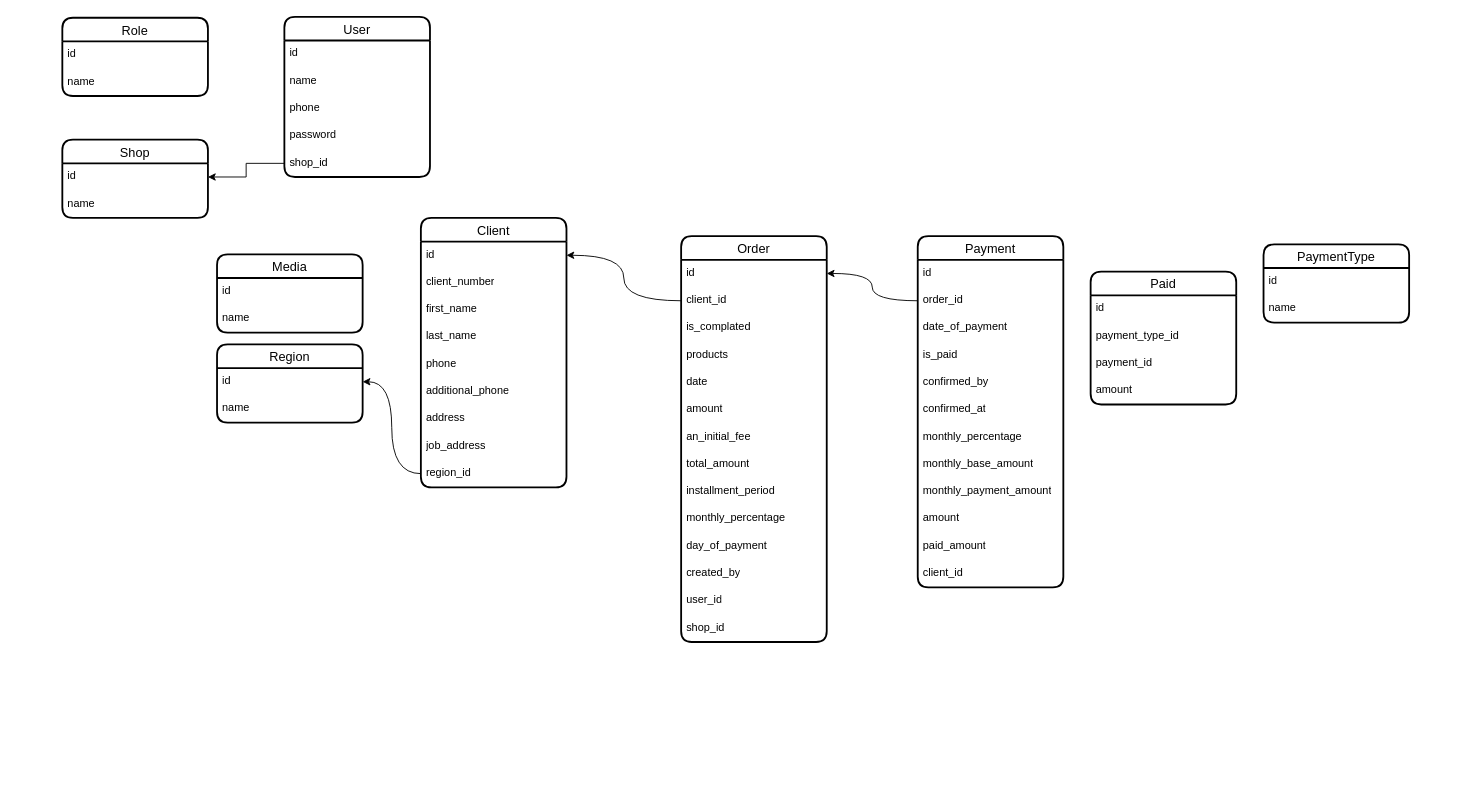
Earlier version of the draw.io diagram karsoft-payment.drawio (iztileuoff/databases). Source tidied: cells renumbered, new cells numbered last; positions are measured from the earlier drawing's top-left corner, leaving out a move shared by most shapes. Both pictures are drawn from the tidied source at 91%, with x=0, y=0 at pixel (62, 16).
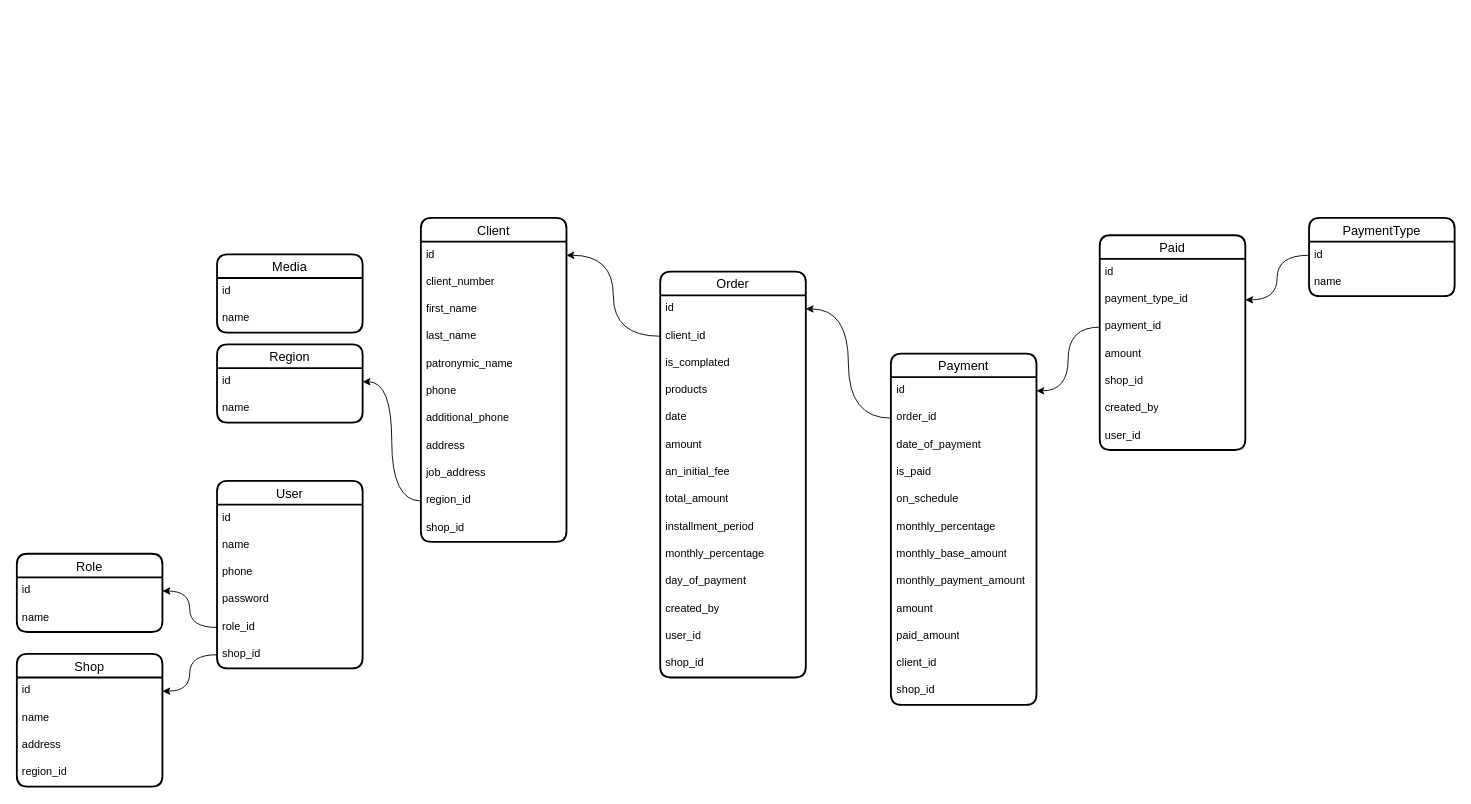
After the change.

The change refers to these unchanged cells:
```xml
<mxCell id="24" value="id" style="text;strokeColor=none;fillColor=none;spacingLeft=4;spacingRight=4;overflow=hidden;points=[[0,0.5],[1,0.5]];portConstraint=eastwest;fontSize=12;whiteSpace=wrap;html=1;" parent="23" vertex="1">
  <mxGeometry y="26" width="160" height="30" as="geometry" />
</mxCell>
<mxCell id="41" value="id" style="text;strokeColor=none;fillColor=none;spacingLeft=4;spacingRight=4;overflow=hidden;points=[[0,0.5],[1,0.5]];portConstraint=eastwest;fontSize=12;whiteSpace=wrap;html=1;" parent="40" vertex="1">
  <mxGeometry y="26" width="160" height="30" as="geometry" />
</mxCell>
<mxCell id="55" value="id" style="text;strokeColor=none;fillColor=none;spacingLeft=4;spacingRight=4;overflow=hidden;points=[[0,0.5],[1,0.5]];portConstraint=eastwest;fontSize=12;whiteSpace=wrap;html=1;" parent="54" vertex="1">
  <mxGeometry y="26" width="160" height="30" as="geometry" />
</mxCell>
<mxCell id="62" value="id" style="text;strokeColor=none;fillColor=none;spacingLeft=4;spacingRight=4;overflow=hidden;points=[[0,0.5],[1,0.5]];portConstraint=eastwest;fontSize=12;whiteSpace=wrap;html=1;" parent="61" vertex="1">
  <mxGeometry y="26" width="160" height="30" as="geometry" />
</mxCell>
<mxCell id="67" value="payment_type_id" style="text;strokeColor=none;fillColor=none;spacingLeft=4;spacingRight=4;overflow=hidden;points=[[0,0.5],[1,0.5]];portConstraint=eastwest;fontSize=12;whiteSpace=wrap;html=1;" parent="65" vertex="1">
  <mxGeometry y="56" width="160" height="30" as="geometry" />
</mxCell>
<mxCell id="68" value="payment_id" style="text;strokeColor=none;fillColor=none;spacingLeft=4;spacingRight=4;overflow=hidden;points=[[0,0.5],[1,0.5]];portConstraint=eastwest;fontSize=12;whiteSpace=wrap;html=1;" parent="65" vertex="1">
  <mxGeometry y="86" width="160" height="30" as="geometry" />
</mxCell>
```

Change to the diagram source:
```diff
@@
     <mxCell id="2" value="User" style="swimlane;fontStyle=0;horizontal=1;startSize=26;align=center;fontSize=14;strokeWidth=2;rounded=1;shadow=0;glass=0;swimlaneLine=1;" parent="1" vertex="1">
-      <mxGeometry x="244" width="160" height="176" as="geometry" />
+      <mxGeometry x="170" y="510" width="160" height="206" as="geometry" />
     </mxCell>
@@
+    <mxCell id="70" value="role_id" style="text;strokeColor=none;fillColor=none;spacingLeft=4;spacingRight=4;overflow=hidden;points=[[0,0.5],[1,0.5]];portConstraint=eastwest;fontSize=12;whiteSpace=wrap;html=1;" parent="2" vertex="1">
+      <mxGeometry y="146" width="160" height="30" as="geometry" />
+    </mxCell>
     <mxCell id="7" value="shop_id" style="text;strokeColor=none;fillColor=none;spacingLeft=4;spacingRight=4;overflow=hidden;points=[[0,0.5],[1,0.5]];portConstraint=eastwest;fontSize=12;whiteSpace=wrap;html=1;" parent="2" vertex="1">
-      <mxGeometry y="146" width="160" height="30" as="geometry" />
+      <mxGeometry y="176" width="160" height="30" as="geometry" />
     </mxCell>
     <mxCell id="8" value="Order" style="swimlane;fontStyle=0;horizontal=1;startSize=26;align=center;fontSize=14;strokeWidth=2;rounded=1;shadow=0;glass=0;swimlaneLine=1;" parent="1" vertex="1">
-      <mxGeometry x="680" y="241" width="160" height="446" as="geometry" />
+      <mxGeometry x="657" y="280" width="160" height="446" as="geometry" />
     </mxCell>
@@
     <mxCell id="23" value="Role" style="swimlane;fontStyle=0;horizontal=1;startSize=26;align=center;fontSize=14;strokeWidth=2;rounded=1;shadow=0;glass=0;swimlaneLine=1;" parent="1" vertex="1">
-      <mxGeometry y="1" width="160" height="86" as="geometry" />
+      <mxGeometry x="-50" y="590" width="160" height="86" as="geometry" />
     </mxCell>
@@
     <mxCell id="26" value="Client" style="swimlane;fontStyle=0;horizontal=1;startSize=26;align=center;fontSize=14;strokeWidth=2;rounded=1;shadow=0;glass=0;swimlaneLine=1;" parent="1" vertex="1">
-      <mxGeometry x="394" y="221" width="160" height="296" as="geometry" />
+      <mxGeometry x="394" y="221" width="160" height="356" as="geometry" />
     </mxCell>
@@
+    <mxCell id="71" value="patronymic_name" style="text;strokeColor=none;fillColor=none;spacingLeft=4;spacingRight=4;overflow=hidden;fontSize=12;whiteSpace=wrap;html=1;" parent="26" vertex="1">
+      <mxGeometry y="146" width="160" height="30" as="geometry" />
+    </mxCell>
     <mxCell id="31" value="phone" style="text;strokeColor=none;fillColor=none;spacingLeft=4;spacingRight=4;overflow=hidden;fontSize=12;whiteSpace=wrap;html=1;" parent="26" vertex="1">
-      <mxGeometry y="146" width="160" height="30" as="geometry" />
+      <mxGeometry y="176" width="160" height="30" as="geometry" />
     </mxCell>
     <mxCell id="32" value="additional_phone" style="text;strokeColor=none;fillColor=none;spacingLeft=4;spacingRight=4;overflow=hidden;fontSize=12;whiteSpace=wrap;html=1;" parent="26" vertex="1">
-      <mxGeometry y="176" width="160" height="30" as="geometry" />
+      <mxGeometry y="206" width="160" height="30" as="geometry" />
     </mxCell>
     <mxCell id="33" value="address" style="text;strokeColor=none;fillColor=none;spacingLeft=4;spacingRight=4;overflow=hidden;fontSize=12;whiteSpace=wrap;html=1;" parent="26" vertex="1">
-      <mxGeometry y="206" width="160" height="30" as="geometry" />
+      <mxGeometry y="236" width="160" height="30" as="geometry" />
     </mxCell>
     <mxCell id="34" value="job_address" style="text;strokeColor=none;fillColor=none;spacingLeft=4;spacingRight=4;overflow=hidden;fontSize=12;whiteSpace=wrap;html=1;" parent="26" vertex="1">
-      <mxGeometry y="236" width="160" height="30" as="geometry" />
+      <mxGeometry y="266" width="160" height="30" as="geometry" />
     </mxCell>
     <mxCell id="35" value="region_id" style="text;strokeColor=none;fillColor=none;spacingLeft=4;spacingRight=4;overflow=hidden;points=[[0,0.5],[1,0.5]];portConstraint=eastwest;fontSize=12;whiteSpace=wrap;html=1;" parent="26" vertex="1">
-      <mxGeometry y="266" width="160" height="30" as="geometry" />
+      <mxGeometry y="296" width="160" height="30" as="geometry" />
     </mxCell>
+    <mxCell id="72" value="shop_id" style="text;strokeColor=none;fillColor=none;spacingLeft=4;spacingRight=4;overflow=hidden;fontSize=12;whiteSpace=wrap;html=1;" parent="26" vertex="1">
+      <mxGeometry y="326" width="160" height="30" as="geometry" />
+    </mxCell>
@@
     <mxCell id="40" value="Payment" style="swimlane;fontStyle=0;horizontal=1;startSize=26;align=center;fontSize=14;strokeWidth=2;rounded=1;shadow=0;glass=0;swimlaneLine=1;" parent="1" vertex="1">
-      <mxGeometry x="940" y="241" width="160" height="386" as="geometry" />
+      <mxGeometry x="910.5" y="370" width="160" height="386" as="geometry" />
     </mxCell>
@@
-    <mxCell id="45" value="confirmed_by" style="text;strokeColor=none;fillColor=none;spacingLeft=4;spacingRight=4;overflow=hidden;fontSize=12;whiteSpace=wrap;html=1;" parent="40" vertex="1">
-      <mxGeometry y="146" width="160" height="30" as="geometry" />
-    </mxCell>
-    <mxCell id="46" value="confirmed_at" style="text;strokeColor=none;fillColor=none;spacingLeft=4;spacingRight=4;overflow=hidden;fontSize=12;whiteSpace=wrap;html=1;" parent="40" vertex="1">
-      <mxGeometry y="176" width="160" height="30" as="geometry" />
-    </mxCell>
+    <mxCell id="73" value="on_schedule" style="text;strokeColor=none;fillColor=none;spacingLeft=4;spacingRight=4;overflow=hidden;fontSize=12;whiteSpace=wrap;html=1;" parent="40" vertex="1">
+      <mxGeometry y="146" width="160" height="30" as="geometry" />
+    </mxCell>
     <mxCell id="47" value="monthly_percentage" style="text;strokeColor=none;fillColor=none;spacingLeft=4;spacingRight=4;overflow=hidden;fontSize=12;whiteSpace=wrap;html=1;" parent="40" vertex="1">
-      <mxGeometry y="206" width="160" height="30" as="geometry" />
+      <mxGeometry y="176" width="160" height="30" as="geometry" />
     </mxCell>
     <mxCell id="48" value="monthly_base_amount" style="text;strokeColor=none;fillColor=none;spacingLeft=4;spacingRight=4;overflow=hidden;fontSize=12;whiteSpace=wrap;html=1;" parent="40" vertex="1">
-      <mxGeometry y="236" width="160" height="30" as="geometry" />
+      <mxGeometry y="206" width="160" height="30" as="geometry" />
     </mxCell>
     <mxCell id="49" value="monthly_payment_amount" style="text;strokeColor=none;fillColor=none;spacingLeft=4;spacingRight=4;overflow=hidden;fontSize=12;whiteSpace=wrap;html=1;" parent="40" vertex="1">
-      <mxGeometry y="266" width="160" height="30" as="geometry" />
+      <mxGeometry y="236" width="160" height="30" as="geometry" />
     </mxCell>
     <mxCell id="50" value="amount" style="text;strokeColor=none;fillColor=none;spacingLeft=4;spacingRight=4;overflow=hidden;fontSize=12;whiteSpace=wrap;html=1;" parent="40" vertex="1">
-      <mxGeometry y="296" width="160" height="30" as="geometry" />
+      <mxGeometry y="266" width="160" height="30" as="geometry" />
     </mxCell>
     <mxCell id="51" value="paid_amount" style="text;strokeColor=none;fillColor=none;spacingLeft=4;spacingRight=4;overflow=hidden;fontSize=12;whiteSpace=wrap;html=1;" parent="40" vertex="1">
-      <mxGeometry y="326" width="160" height="30" as="geometry" />
+      <mxGeometry y="296" width="160" height="30" as="geometry" />
     </mxCell>
     <mxCell id="52" value="client_id" style="text;strokeColor=none;fillColor=none;spacingLeft=4;spacingRight=4;overflow=hidden;fontSize=12;whiteSpace=wrap;html=1;" parent="40" vertex="1">
-      <mxGeometry y="356" width="160" height="30" as="geometry" />
+      <mxGeometry y="326" width="160" height="30" as="geometry" />
     </mxCell>
+    <mxCell id="74" value="shop_id" style="text;strokeColor=none;fillColor=none;spacingLeft=4;spacingRight=4;overflow=hidden;fontSize=12;whiteSpace=wrap;html=1;" parent="40" vertex="1">
+      <mxGeometry y="356" width="160" height="30" as="geometry" />
+    </mxCell>
@@
     <mxCell id="54" value="PaymentType" style="swimlane;fontStyle=0;horizontal=1;startSize=26;align=center;fontSize=14;strokeWidth=2;rounded=1;shadow=0;glass=0;swimlaneLine=1;" parent="1" vertex="1">
-      <mxGeometry x="1320" y="250" width="160" height="86" as="geometry" />
+      <mxGeometry x="1370" y="221" width="160" height="86" as="geometry" />
     </mxCell>
@@
     <mxCell id="61" value="Shop" style="swimlane;fontStyle=0;horizontal=1;startSize=26;align=center;fontSize=14;strokeWidth=2;rounded=1;shadow=0;glass=0;swimlaneLine=1;" parent="1" vertex="1">
-      <mxGeometry y="135" width="160" height="86" as="geometry" />
+      <mxGeometry x="-50" y="700" width="160" height="146" as="geometry" />
     </mxCell>
@@
+    <mxCell id="75" value="address" style="text;strokeColor=none;fillColor=none;spacingLeft=4;spacingRight=4;overflow=hidden;fontSize=12;whiteSpace=wrap;html=1;" parent="61" vertex="1">
+      <mxGeometry y="86" width="160" height="30" as="geometry" />
+    </mxCell>
+    <mxCell id="76" value="region_id" style="text;strokeColor=none;fillColor=none;spacingLeft=4;spacingRight=4;overflow=hidden;fontSize=12;whiteSpace=wrap;html=1;" parent="61" vertex="1">
+      <mxGeometry y="116" width="160" height="30" as="geometry" />
+    </mxCell>
-    <mxCell id="64" style="edgeStyle=orthogonalEdgeStyle;rounded=0;jettySize=auto;html=1;entryX=1;entryY=0.5;entryDx=0;entryDy=0;" parent="1" edge="1" source="7" target="62">
+    <mxCell id="64" style="edgeStyle=orthogonalEdgeStyle;rounded=0;jettySize=auto;html=1;entryX=1;entryY=0.5;entryDx=0;entryDy=0;curved=1;" parent="1" edge="1" source="7" target="62">
       <mxGeometry relative="1" as="geometry" />
     </mxCell>
     <mxCell id="65" value="Paid" style="swimlane;fontStyle=0;horizontal=1;startSize=26;align=center;fontSize=14;strokeWidth=2;rounded=1;shadow=0;glass=0;swimlaneLine=1;" parent="1" vertex="1">
-      <mxGeometry x="1130" y="280" width="160" height="146" as="geometry" />
+      <mxGeometry x="1140" y="240" width="160" height="236" as="geometry" />
     </mxCell>
@@
+    <mxCell id="77" value="shop_id" style="text;strokeColor=none;fillColor=none;spacingLeft=4;spacingRight=4;overflow=hidden;fontSize=12;whiteSpace=wrap;html=1;" parent="65" vertex="1">
+      <mxGeometry y="146" width="160" height="30" as="geometry" />
+    </mxCell>
+    <mxCell id="78" value="created_by" style="text;strokeColor=none;fillColor=none;spacingLeft=4;spacingRight=4;overflow=hidden;fontSize=12;whiteSpace=wrap;html=1;" parent="65" vertex="1">
+      <mxGeometry y="176" width="160" height="30" as="geometry" />
+    </mxCell>
+    <mxCell id="79" value="user_id" style="text;strokeColor=none;fillColor=none;spacingLeft=4;spacingRight=4;overflow=hidden;fontSize=12;whiteSpace=wrap;html=1;" parent="65" vertex="1">
+      <mxGeometry y="206" width="160" height="30" as="geometry" />
+    </mxCell>
+    <mxCell id="80" style="edgeStyle=orthogonalEdgeStyle;rounded=0;jettySize=auto;html=1;entryX=1;entryY=0.5;entryDx=0;entryDy=0;curved=1;" parent="1" edge="1" source="55" target="67">
+      <mxGeometry relative="1" as="geometry" />
+    </mxCell>
+    <mxCell id="81" style="edgeStyle=orthogonalEdgeStyle;rounded=0;jettySize=auto;html=1;entryX=1;entryY=0.5;entryDx=0;entryDy=0;curved=1;" parent="1" edge="1" source="68" target="41">
+      <mxGeometry relative="1" as="geometry" />
+    </mxCell>
+    <mxCell id="82" style="edgeStyle=orthogonalEdgeStyle;rounded=0;jettySize=auto;html=1;entryX=1;entryY=0.5;entryDx=0;entryDy=0;curved=1;" parent="1" edge="1" source="70" target="24">
+      <mxGeometry relative="1" as="geometry" />
+    </mxCell>
```
